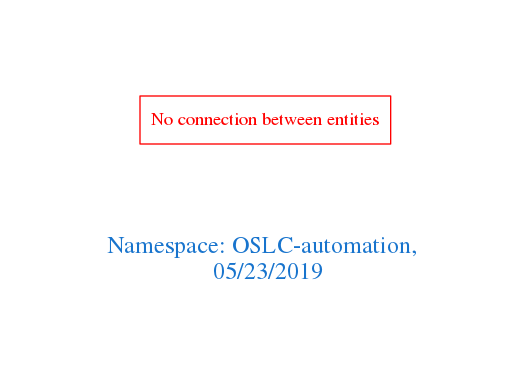
The Graphviz diagram downloads/OSLC-automation.png in arago/OGIT, before a commit. Its source is kept beside it as downloads/OSLC-automation.dot.
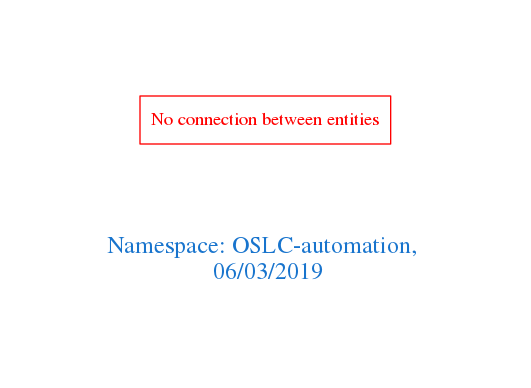
Above is the later version.

The edit, as a diff of the source:
```diff
@@ -1,7 +1,7 @@
 digraph OGIT_ontology {
  graph [ rankdir= LR,pad=1
 fontsize = 18,
-fontcolor= dodgerblue3,label = "\n\n\nNamespace: OSLC-automation, \n 05/23/2019"];
+fontcolor= dodgerblue3,label = "\n\n\nNamespace: OSLC-automation, \n 06/03/2019"];
 node[shape=polygon];
 edge [  color="gray81"];
 
```
